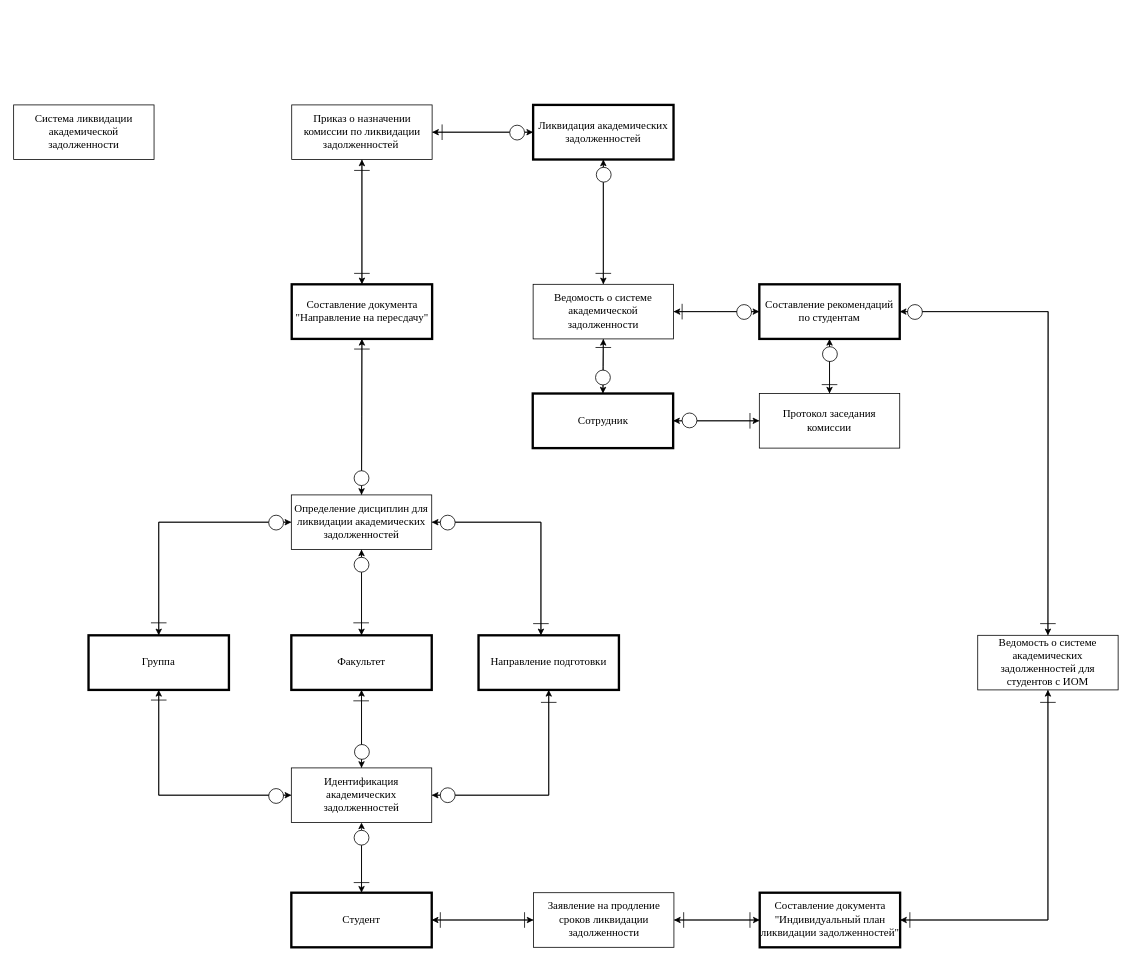
Before: СхемаБД.drawio in DLordxxx/Practice, a draw.io diagram. Source tidied: cells renumbered, new cells numbered last; positions are measured from the earlier drawing's top-left corner, leaving out a move shared by most shapes. Both pictures are drawn from the tidied source at 78%, with x=0, y=0 at pixel (13, 105).
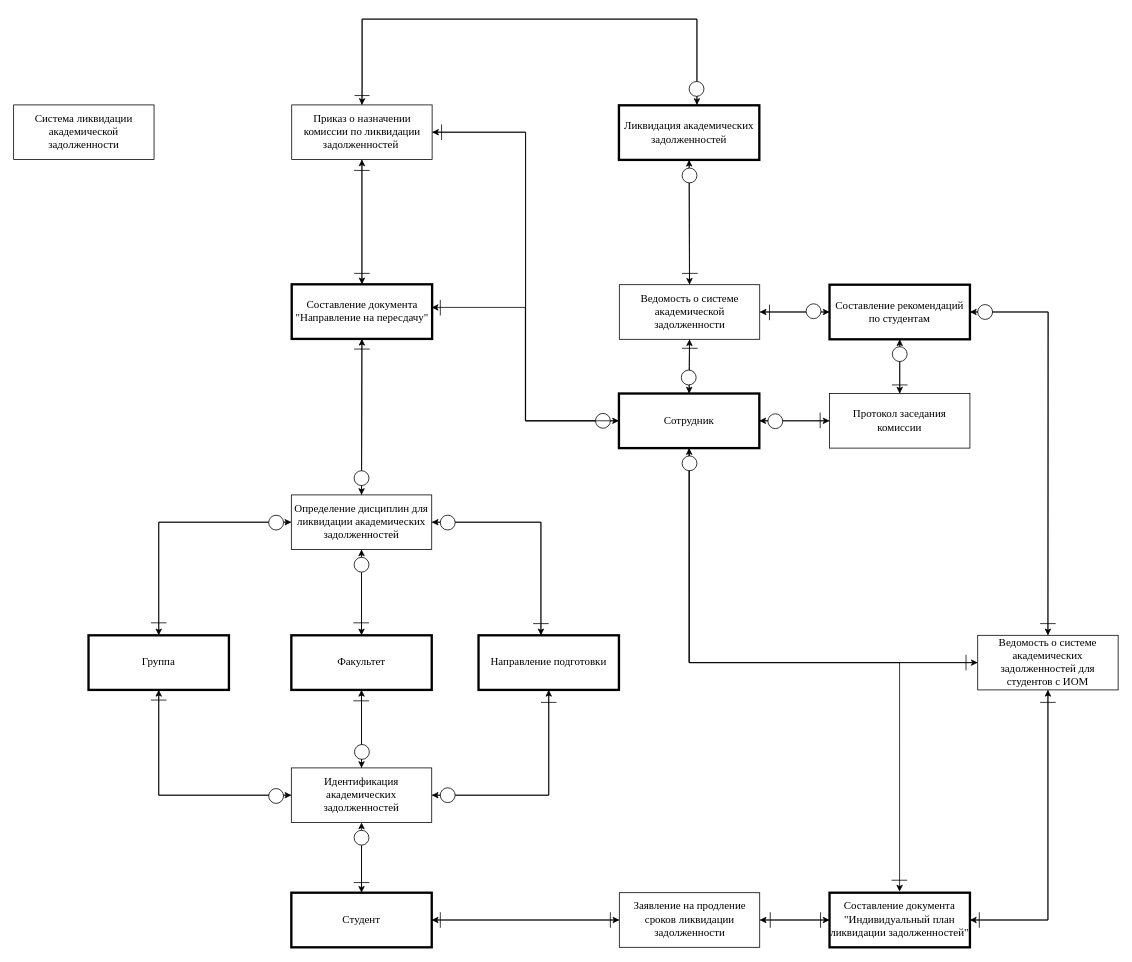
After the change.

The change refers to these unchanged cells:
```xml
<mxCell id="33" value="Составление документа &quot;Направление на пересдачу&quot;" style="rounded=0;whiteSpace=wrap;html=1;fontFamily=Times New Roman;fontSize=14;strokeWidth=3;" parent="1" vertex="1">
  <mxGeometry x="356.5" y="230" width="180" height="70" as="geometry" />
</mxCell>
<mxCell id="48" value="Приказ о назначении комиссии по ликвидации задолженностей&amp;nbsp;" style="rounded=0;whiteSpace=wrap;html=1;fontFamily=Times New Roman;fontSize=14;" parent="1" vertex="1">
  <mxGeometry x="356.5" width="180" height="70" as="geometry" />
</mxCell>
<mxCell id="90" value="Ведомость о системе академических задолженностей для студентов с ИОМ" style="rounded=0;whiteSpace=wrap;html=1;fontFamily=Times New Roman;fontSize=14;" parent="1" vertex="1">
  <mxGeometry x="1236" y="680" width="180" height="70" as="geometry" />
</mxCell>
```

The edit, as a diff of the source:
```diff
@@
+    <mxCell id="95" style="edgeStyle=orthogonalEdgeStyle;rounded=0;jettySize=auto;html=1;entryX=0;entryY=0.5;entryDx=0;entryDy=0;exitX=0.501;exitY=1.01;exitDx=0;exitDy=0;exitPerimeter=0;" parent="1" edge="1" source="8" target="90">
+      <mxGeometry relative="1" as="geometry">
+        <Array as="points">
+          <mxPoint x="866" y="715" />
+        </Array>
+      </mxGeometry>
+    </mxCell>
+    <mxCell id="96" style="edgeStyle=orthogonalEdgeStyle;rounded=0;jettySize=auto;html=1;entryX=1;entryY=0.5;entryDx=0;entryDy=0;" parent="1" edge="1" source="8" target="48">
+      <mxGeometry relative="1" as="geometry" />
+    </mxCell>
+    <mxCell id="97" style="edgeStyle=orthogonalEdgeStyle;rounded=0;jettySize=auto;html=1;entryX=0.499;entryY=-0.021;entryDx=0;entryDy=0;exitX=0.5;exitY=1;exitDx=0;exitDy=0;entryPerimeter=0;" parent="1" edge="1" source="8" target="85">
+      <mxGeometry relative="1" as="geometry">
+        <Array as="points">
+          <mxPoint x="866" y="715" />
+          <mxPoint x="1136" y="715" />
+        </Array>
+      </mxGeometry>
+    </mxCell>
     <mxCell id="8" value="Сотрудник" style="rounded=0;whiteSpace=wrap;html=1;fontFamily=Times New Roman;fontSize=14;strokeWidth=3;" parent="1" vertex="1">
-      <mxGeometry x="665.5" y="370" width="180" height="70" as="geometry" />
+      <mxGeometry x="776" y="370" width="180" height="70" as="geometry" />
     </mxCell>
@@
     <mxCell id="15" value="Ведомость о системе академической задолженности" style="rounded=0;whiteSpace=wrap;html=1;fontFamily=Times New Roman;fontSize=14;" parent="1" vertex="1">
-      <mxGeometry x="666" y="230" width="180" height="70" as="geometry" />
+      <mxGeometry x="776.5" y="230.5" width="180" height="70" as="geometry" />
     </mxCell>
@@
-    <mxCell id="34" style="edgeStyle=orthogonalEdgeStyle;rounded=0;jettySize=auto;html=1;entryX=1;entryY=0.5;entryDx=0;entryDy=0;" parent="1" edge="1" source="36" target="48">
-      <mxGeometry relative="1" as="geometry" />
+    <mxCell id="34" style="edgeStyle=orthogonalEdgeStyle;rounded=0;jettySize=auto;html=1;entryX=0.5;entryY=0;entryDx=0;entryDy=0;" parent="1" edge="1" source="36" target="48">
+      <mxGeometry relative="1" as="geometry">
+        <Array as="points">
+          <mxPoint x="876" y="-110" />
+          <mxPoint x="447" y="-110" />
+          <mxPoint x="447" y="-20" />
+          <mxPoint x="446" y="-20" />
+        </Array>
+      </mxGeometry>
     </mxCell>
@@
     <mxCell id="36" value="Ликвидация академических задолженностей" style="rounded=0;whiteSpace=wrap;html=1;fontFamily=Times New Roman;fontSize=14;strokeWidth=3;" parent="1" vertex="1">
-      <mxGeometry x="666" width="180" height="70" as="geometry" />
+      <mxGeometry x="776" y="0.5" width="180" height="70" as="geometry" />
     </mxCell>
@@
-    <mxCell id="47" style="edgeStyle=orthogonalEdgeStyle;rounded=0;jettySize=auto;html=1;entryX=0;entryY=0.5;entryDx=0;entryDy=0;" parent="1" edge="1" source="48" target="36">
-      <mxGeometry relative="1" as="geometry" />
+    <mxCell id="47" style="edgeStyle=orthogonalEdgeStyle;rounded=0;jettySize=auto;html=1;exitX=0.5;exitY=0;exitDx=0;exitDy=0;" parent="1" edge="1" source="48">
+      <mxGeometry relative="1" as="geometry">
+        <mxPoint x="876" as="targetPoint" />
+        <Array as="points">
+          <mxPoint x="447" y="-110" />
+          <mxPoint x="876" y="-110" />
+        </Array>
+      </mxGeometry>
     </mxCell>
+    <mxCell id="98" style="edgeStyle=orthogonalEdgeStyle;rounded=0;jettySize=auto;html=1;entryX=0;entryY=0.5;entryDx=0;entryDy=0;" parent="1" edge="1" source="48" target="8">
+      <mxGeometry relative="1" as="geometry" />
+    </mxCell>
@@
-    <mxCell id="50" style="edgeStyle=orthogonalEdgeStyle;rounded=0;jettySize=auto;html=1;" parent="1" edge="1" source="52">
-      <mxGeometry relative="1" as="geometry">
-        <mxPoint x="846" y="265" as="targetPoint" />
-      </mxGeometry>
+    <mxCell id="50" style="edgeStyle=orthogonalEdgeStyle;rounded=0;jettySize=auto;html=1;entryX=1;entryY=0.5;entryDx=0;entryDy=0;" parent="1" edge="1" source="52" target="15">
+      <mxGeometry relative="1" as="geometry" />
     </mxCell>
@@
     <mxCell id="52" value="Составление рекомендаций по студентам" style="rounded=0;whiteSpace=wrap;html=1;fontFamily=Times New Roman;fontSize=14;strokeWidth=3;" parent="1" vertex="1">
-      <mxGeometry x="956" y="230" width="180" height="70" as="geometry" />
+      <mxGeometry x="1046" y="230.5" width="180" height="70" as="geometry" />
     </mxCell>
@@
     <mxCell id="55" value="Протокол заседания комиссии" style="rounded=0;whiteSpace=wrap;html=1;fontFamily=Times New Roman;fontSize=14;" parent="1" vertex="1">
-      <mxGeometry x="956" y="370" width="180" height="70" as="geometry" />
+      <mxGeometry x="1046" y="370" width="180" height="70" as="geometry" />
     </mxCell>
@@
     <mxCell id="66" style="endArrow=none;html=1;rounded=0;" parent="1" edge="1">
       <mxGeometry relative="1" as="geometry">
-        <mxPoint x="549.3" y="45" as="sourcePoint" />
-        <mxPoint x="549.3" y="25" as="targetPoint" />
+        <mxPoint x="456.3" y="-12" as="sourcePoint" />
+        <mxPoint x="437" y="-12" as="targetPoint" />
         <Array as="points">
-          <mxPoint x="549.3" y="45" />
+          <mxPoint x="456.3" y="-12" />
         </Array>
       </mxGeometry>
     </mxCell>
     <mxCell id="67" style="ellipse;whiteSpace=wrap;html=1;" parent="1" vertex="1">
-      <mxGeometry x="636" y="26" width="19" height="19" as="geometry" />
+      <mxGeometry x="866" y="-30" width="19" height="19" as="geometry" />
     </mxCell>
     <mxCell id="68" style="ellipse;whiteSpace=wrap;html=1;" parent="1" vertex="1">
-      <mxGeometry x="747" y="80" width="19" height="19" as="geometry" />
+      <mxGeometry x="857" y="81" width="19" height="19" as="geometry" />
     </mxCell>
     <mxCell id="69" style="endArrow=none;html=1;rounded=0;" parent="1" edge="1">
       <mxGeometry relative="1" as="geometry">
-        <mxPoint x="746" y="216" as="sourcePoint" />
-        <mxPoint x="766" y="216" as="targetPoint" />
+        <mxPoint x="857" y="216" as="sourcePoint" />
+        <mxPoint x="877" y="216" as="targetPoint" />
         <Array as="points">
-          <mxPoint x="756" y="216" />
+          <mxPoint x="867" y="216" />
         </Array>
       </mxGeometry>
     </mxCell>
     <mxCell id="70" style="ellipse;whiteSpace=wrap;html=1;" parent="1" vertex="1">
-      <mxGeometry x="746" y="340" width="19" height="19" as="geometry" />
+      <mxGeometry x="856" y="340" width="19" height="19" as="geometry" />
     </mxCell>
     <mxCell id="71" style="endArrow=none;html=1;rounded=0;" parent="1" edge="1">
       <mxGeometry relative="1" as="geometry">
-        <mxPoint x="746" y="311" as="sourcePoint" />
-        <mxPoint x="766" y="311" as="targetPoint" />
+        <mxPoint x="857" y="312" as="sourcePoint" />
+        <mxPoint x="877" y="312" as="targetPoint" />
         <Array as="points">
-          <mxPoint x="756" y="311" />
+          <mxPoint x="867" y="312" />
         </Array>
       </mxGeometry>
     </mxCell>
     <mxCell id="72" style="ellipse;whiteSpace=wrap;html=1;" parent="1" vertex="1">
-      <mxGeometry x="857" y="395" width="19" height="19" as="geometry" />
+      <mxGeometry x="967" y="396" width="19" height="19" as="geometry" />
     </mxCell>
     <mxCell id="73" style="endArrow=none;html=1;rounded=0;" parent="1" edge="1">
       <mxGeometry relative="1" as="geometry">
-        <mxPoint x="857" y="275" as="sourcePoint" />
-        <mxPoint x="857" y="255" as="targetPoint" />
+        <mxPoint x="969" y="276" as="sourcePoint" />
+        <mxPoint x="969" y="256" as="targetPoint" />
         <Array as="points">
-          <mxPoint x="857" y="275" />
+          <mxPoint x="969" y="276" />
         </Array>
       </mxGeometry>
     </mxCell>
     <mxCell id="74" style="ellipse;whiteSpace=wrap;html=1;" parent="1" vertex="1">
-      <mxGeometry x="927" y="256" width="19" height="19" as="geometry" />
+      <mxGeometry x="1016" y="255" width="19" height="19" as="geometry" />
     </mxCell>
     <mxCell id="75" style="ellipse;whiteSpace=wrap;html=1;" parent="1" vertex="1">
-      <mxGeometry x="1037" y="310" width="19" height="19" as="geometry" />
+      <mxGeometry x="1126.5" y="310" width="19" height="19" as="geometry" />
     </mxCell>
     <mxCell id="76" style="endArrow=none;html=1;rounded=0;" parent="1" edge="1">
       <mxGeometry relative="1" as="geometry">
-        <mxPoint x="1036" y="358.6" as="sourcePoint" />
-        <mxPoint x="1056" y="358.6" as="targetPoint" />
+        <mxPoint x="1126" y="359" as="sourcePoint" />
+        <mxPoint x="1146" y="359" as="targetPoint" />
         <Array as="points">
-          <mxPoint x="1046" y="358.6" />
+          <mxPoint x="1136" y="359" />
         </Array>
       </mxGeometry>
     </mxCell>
     <mxCell id="77" style="endArrow=none;html=1;rounded=0;" parent="1" edge="1">
       <mxGeometry relative="1" as="geometry">
-        <mxPoint x="944" y="415" as="sourcePoint" />
-        <mxPoint x="944" y="395" as="targetPoint" />
+        <mxPoint x="1034" y="414.5" as="sourcePoint" />
+        <mxPoint x="1034" y="394.5" as="targetPoint" />
         <Array as="points">
-          <mxPoint x="944" y="415" />
+          <mxPoint x="1034" y="414.5" />
         </Array>
       </mxGeometry>
     </mxCell>
@@
     <mxCell id="80" value="Заявление на продление сроков ликвидации задолженности" style="rounded=0;whiteSpace=wrap;html=1;fontFamily=Times New Roman;fontSize=14;" parent="1" vertex="1">
-      <mxGeometry x="666.5" y="1010" width="180" height="70" as="geometry" />
+      <mxGeometry x="776.5" y="1010" width="180" height="70" as="geometry" />
     </mxCell>
     <mxCell id="81" style="endArrow=none;html=1;rounded=0;" parent="1" edge="1">
       <mxGeometry relative="1" as="geometry">
-        <mxPoint x="655" y="1055" as="sourcePoint" />
-        <mxPoint x="655" y="1035" as="targetPoint" />
+        <mxPoint x="765" y="1055" as="sourcePoint" />
+        <mxPoint x="765" y="1035" as="targetPoint" />
         <Array as="points">
-          <mxPoint x="655" y="1055" />
+          <mxPoint x="765" y="1055" />
         </Array>
       </mxGeometry>
     </mxCell>
@@
     <mxCell id="85" value="Составление документа &quot;Индивидуальный план ликвидации задолженностей&quot;" style="rounded=0;whiteSpace=wrap;html=1;fontFamily=Times New Roman;fontSize=14;strokeWidth=3;" parent="1" vertex="1">
-      <mxGeometry x="956.5" y="1010" width="180" height="70" as="geometry" />
+      <mxGeometry x="1046" y="1010" width="180" height="70" as="geometry" />
     </mxCell>
     <mxCell id="86" style="endArrow=none;html=1;rounded=0;" parent="1" edge="1">
       <mxGeometry relative="1" as="geometry">
-        <mxPoint x="859" y="1055" as="sourcePoint" />
-        <mxPoint x="859" y="1035" as="targetPoint" />
+        <mxPoint x="1034.5" y="1055" as="sourcePoint" />
+        <mxPoint x="1034.5" y="1035" as="targetPoint" />
         <Array as="points">
-          <mxPoint x="859" y="1055" />
+          <mxPoint x="1034.5" y="1055" />
         </Array>
       </mxGeometry>
     </mxCell>
     <mxCell id="87" style="endArrow=none;html=1;rounded=0;" parent="1" edge="1">
       <mxGeometry relative="1" as="geometry">
-        <mxPoint x="944" y="1055" as="sourcePoint" />
-        <mxPoint x="944" y="1035" as="targetPoint" />
+        <mxPoint x="970" y="1055" as="sourcePoint" />
+        <mxPoint x="970" y="1035" as="targetPoint" />
         <Array as="points">
-          <mxPoint x="944" y="1055" />
+          <mxPoint x="970" y="1055" />
         </Array>
       </mxGeometry>
     </mxCell>
@@
+    <mxCell id="99" style="edgeStyle=orthogonalEdgeStyle;rounded=0;jettySize=auto;html=1;entryX=0.5;entryY=1;entryDx=0;entryDy=0;" parent="1" edge="1" source="90" target="8">
+      <mxGeometry relative="1" as="geometry" />
+    </mxCell>
@@
     <mxCell id="91" style="endArrow=none;html=1;rounded=0;" parent="1" edge="1">
       <mxGeometry relative="1" as="geometry">
-        <mxPoint x="1149" y="1055" as="sourcePoint" />
-        <mxPoint x="1149" y="1035" as="targetPoint" />
+        <mxPoint x="1238" y="1055" as="sourcePoint" />
+        <mxPoint x="1238" y="1035" as="targetPoint" />
         <Array as="points">
-          <mxPoint x="1149" y="1055" />
+          <mxPoint x="1238" y="1055" />
         </Array>
       </mxGeometry>
     </mxCell>
@@
     <mxCell id="93" style="ellipse;whiteSpace=wrap;html=1;" parent="1" vertex="1">
-      <mxGeometry x="1146" y="256" width="19" height="19" as="geometry" />
+      <mxGeometry x="1236" y="256" width="19" height="19" as="geometry" />
     </mxCell>
@@
+    <mxCell id="100" style="endArrow=none;html=1;rounded=0;" parent="1" edge="1">
+      <mxGeometry relative="1" as="geometry">
+        <mxPoint x="548.6" y="45" as="sourcePoint" />
+        <mxPoint x="548.6" y="25" as="targetPoint" />
+        <Array as="points">
+          <mxPoint x="548.6" y="45" />
+        </Array>
+      </mxGeometry>
+    </mxCell>
+    <mxCell id="101" style="ellipse;whiteSpace=wrap;html=1;" parent="1" vertex="1">
+      <mxGeometry x="746" y="395.5" width="19" height="19" as="geometry" />
+    </mxCell>
+    <mxCell id="102" style="edgeStyle=orthogonalEdgeStyle;rounded=0;jettySize=auto;html=1;exitX=1;exitY=0.5;exitDx=0;exitDy=0;entryX=0.997;entryY=0.423;entryDx=0;entryDy=0;entryPerimeter=0;" parent="1" edge="1" source="101" target="33">
+      <mxGeometry relative="1" as="geometry">
+        <Array as="points">
+          <mxPoint x="656" y="405" />
+          <mxPoint x="656" y="260" />
+        </Array>
+      </mxGeometry>
+    </mxCell>
+    <mxCell id="103" style="endArrow=none;html=1;rounded=0;" parent="1" edge="1">
+      <mxGeometry relative="1" as="geometry">
+        <mxPoint x="547" y="270" as="sourcePoint" />
+        <mxPoint x="547" y="250" as="targetPoint" />
+        <Array as="points">
+          <mxPoint x="547" y="270" />
+        </Array>
+      </mxGeometry>
+    </mxCell>
+    <mxCell id="104" style="ellipse;whiteSpace=wrap;html=1;" parent="1" vertex="1">
+      <mxGeometry x="857" y="450" width="19" height="19" as="geometry" />
+    </mxCell>
+    <mxCell id="105" style="endArrow=none;html=1;rounded=0;" parent="1" edge="1">
+      <mxGeometry relative="1" as="geometry">
+        <mxPoint x="1221" y="725" as="sourcePoint" />
+        <mxPoint x="1221" y="705" as="targetPoint" />
+        <Array as="points">
+          <mxPoint x="1221" y="725" />
+        </Array>
+      </mxGeometry>
+    </mxCell>
+    <mxCell id="106" style="endArrow=none;html=1;rounded=0;" parent="1" edge="1">
+      <mxGeometry relative="1" as="geometry">
+        <mxPoint x="1125.5" y="994" as="sourcePoint" />
+        <mxPoint x="1145.5" y="994" as="targetPoint" />
+        <Array as="points">
+          <mxPoint x="1135.5" y="994" />
+        </Array>
+      </mxGeometry>
+    </mxCell>
```
